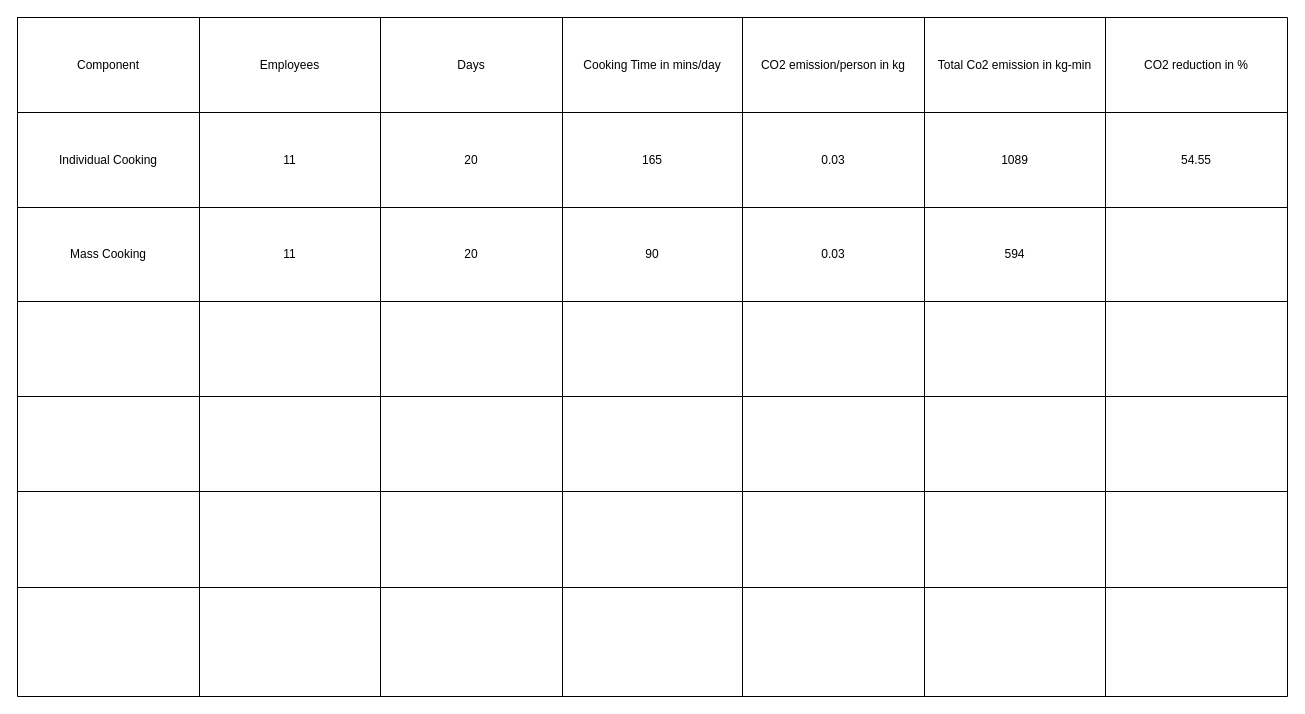
Before: R2O/CFC Table.drawio in Iswariya-LMNAs/Diagrams, a draw.io diagram. Source tidied: cells renumbered, new cells numbered last; positions are measured from the earlier drawing's top-left corner, leaving out a move shared by most shapes. Both pictures are drawn from the tidied source at 100%, with x=0, y=0 at pixel (17, 17).
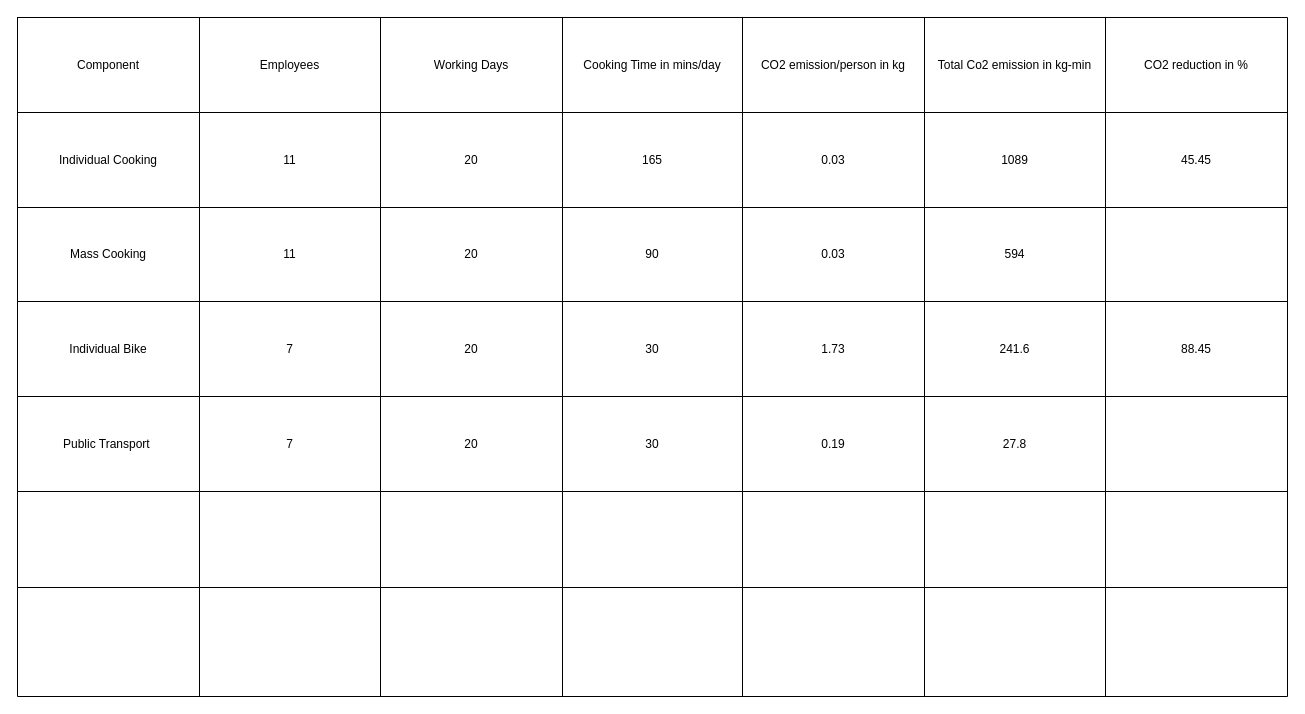
After the change.

The change refers to these unchanged cells:
```xml
<mxCell id="3" style="shape=tableRow;horizontal=0;startSize=0;swimlaneHead=0;swimlaneBody=0;strokeColor=inherit;top=0;left=0;bottom=0;right=0;fillColor=none;" parent="2" vertex="1">
  <mxGeometry width="1270" height="95" as="geometry" />
</mxCell>
<mxCell id="11" style="shape=tableRow;horizontal=0;startSize=0;swimlaneHead=0;swimlaneBody=0;strokeColor=inherit;top=0;left=0;bottom=0;right=0;fillColor=none;" parent="2" vertex="1">
  <mxGeometry y="95" width="1270" height="95" as="geometry" />
</mxCell>
<mxCell id="27" style="shape=tableRow;horizontal=0;startSize=0;swimlaneHead=0;swimlaneBody=0;strokeColor=inherit;top=0;left=0;bottom=0;right=0;fillColor=none;" parent="2" vertex="1">
  <mxGeometry y="284" width="1270" height="95" as="geometry" />
</mxCell>
<mxCell id="35" style="shape=tableRow;horizontal=0;startSize=0;swimlaneHead=0;swimlaneBody=0;strokeColor=inherit;top=0;left=0;bottom=0;right=0;fillColor=none;" parent="2" vertex="1">
  <mxGeometry y="379" width="1270" height="95" as="geometry" />
</mxCell>
```

What changed in the source:
```diff
@@
-    <mxCell id="6" value="Days" style="shape=partialRectangle;html=1;whiteSpace=wrap;strokeColor=inherit;overflow=hidden;fillColor=none;top=0;left=0;bottom=0;right=0;" parent="3" vertex="1">
+    <mxCell id="6" value="Working Days" style="shape=partialRectangle;html=1;whiteSpace=wrap;strokeColor=inherit;overflow=hidden;fillColor=none;top=0;left=0;bottom=0;right=0;" parent="3" vertex="1">
       <mxGeometry x="363" width="182" height="95" as="geometry" />
     </mxCell>
@@
-    <mxCell id="18" value="54.55" style="shape=partialRectangle;html=1;whiteSpace=wrap;strokeColor=inherit;overflow=hidden;fillColor=none;top=0;left=0;bottom=0;right=0;" parent="11" vertex="1">
+    <mxCell id="18" value="45.45" style="shape=partialRectangle;html=1;whiteSpace=wrap;strokeColor=inherit;overflow=hidden;fillColor=none;top=0;left=0;bottom=0;right=0;" parent="11" vertex="1">
       <mxGeometry x="1088" width="182" height="95" as="geometry" />
     </mxCell>
@@
-    <mxCell id="28" style="shape=partialRectangle;html=1;whiteSpace=wrap;strokeColor=inherit;overflow=hidden;fillColor=none;top=0;left=0;bottom=0;right=0;" parent="27" vertex="1">
+    <mxCell id="28" value="Individual Bike" style="shape=partialRectangle;html=1;whiteSpace=wrap;strokeColor=inherit;overflow=hidden;fillColor=none;top=0;left=0;bottom=0;right=0;" parent="27" vertex="1">
       <mxGeometry width="182" height="95" as="geometry" />
     </mxCell>
-    <mxCell id="29" style="shape=partialRectangle;html=1;whiteSpace=wrap;strokeColor=inherit;overflow=hidden;fillColor=none;top=0;left=0;bottom=0;right=0;" parent="27" vertex="1">
+    <mxCell id="29" value="7" style="shape=partialRectangle;html=1;whiteSpace=wrap;strokeColor=inherit;overflow=hidden;fillColor=none;top=0;left=0;bottom=0;right=0;" parent="27" vertex="1">
       <mxGeometry x="182" width="181" height="95" as="geometry" />
     </mxCell>
-    <mxCell id="30" style="shape=partialRectangle;html=1;whiteSpace=wrap;strokeColor=inherit;overflow=hidden;fillColor=none;top=0;left=0;bottom=0;right=0;" parent="27" vertex="1">
+    <mxCell id="30" value="20" style="shape=partialRectangle;html=1;whiteSpace=wrap;strokeColor=inherit;overflow=hidden;fillColor=none;top=0;left=0;bottom=0;right=0;" parent="27" vertex="1">
       <mxGeometry x="363" width="182" height="95" as="geometry" />
     </mxCell>
-    <mxCell id="31" style="shape=partialRectangle;html=1;whiteSpace=wrap;strokeColor=inherit;overflow=hidden;fillColor=none;top=0;left=0;bottom=0;right=0;" parent="27" vertex="1">
+    <mxCell id="31" value="30" style="shape=partialRectangle;html=1;whiteSpace=wrap;strokeColor=inherit;overflow=hidden;fillColor=none;top=0;left=0;bottom=0;right=0;" parent="27" vertex="1">
       <mxGeometry x="545" width="180" height="95" as="geometry" />
     </mxCell>
-    <mxCell id="32" style="shape=partialRectangle;html=1;whiteSpace=wrap;strokeColor=inherit;overflow=hidden;fillColor=none;top=0;left=0;bottom=0;right=0;" parent="27" vertex="1">
+    <mxCell id="32" value="1.73" style="shape=partialRectangle;html=1;whiteSpace=wrap;strokeColor=inherit;overflow=hidden;fillColor=none;top=0;left=0;bottom=0;right=0;" parent="27" vertex="1">
       <mxGeometry x="725" width="182" height="95" as="geometry" />
     </mxCell>
-    <mxCell id="33" style="shape=partialRectangle;html=1;whiteSpace=wrap;strokeColor=inherit;overflow=hidden;fillColor=none;top=0;left=0;bottom=0;right=0;" parent="27" vertex="1">
+    <mxCell id="33" value="241.6" style="shape=partialRectangle;html=1;whiteSpace=wrap;strokeColor=inherit;overflow=hidden;fillColor=none;top=0;left=0;bottom=0;right=0;" parent="27" vertex="1">
       <mxGeometry x="907" width="181" height="95" as="geometry" />
     </mxCell>
-    <mxCell id="34" style="shape=partialRectangle;html=1;whiteSpace=wrap;strokeColor=inherit;overflow=hidden;fillColor=none;top=0;left=0;bottom=0;right=0;" parent="27" vertex="1">
+    <mxCell id="34" value="88.45" style="shape=partialRectangle;html=1;whiteSpace=wrap;strokeColor=inherit;overflow=hidden;fillColor=none;top=0;left=0;bottom=0;right=0;" parent="27" vertex="1">
       <mxGeometry x="1088" width="182" height="95" as="geometry" />
     </mxCell>
@@
-    <mxCell id="36" style="shape=partialRectangle;html=1;whiteSpace=wrap;strokeColor=inherit;overflow=hidden;fillColor=none;top=0;left=0;bottom=0;right=0;" parent="35" vertex="1">
+    <mxCell id="36" value="Public Transport&amp;nbsp;" style="shape=partialRectangle;html=1;whiteSpace=wrap;strokeColor=inherit;overflow=hidden;fillColor=none;top=0;left=0;bottom=0;right=0;" parent="35" vertex="1">
       <mxGeometry width="182" height="95" as="geometry" />
     </mxCell>
-    <mxCell id="37" style="shape=partialRectangle;html=1;whiteSpace=wrap;strokeColor=inherit;overflow=hidden;fillColor=none;top=0;left=0;bottom=0;right=0;" parent="35" vertex="1">
+    <mxCell id="37" value="7" style="shape=partialRectangle;html=1;whiteSpace=wrap;strokeColor=inherit;overflow=hidden;fillColor=none;top=0;left=0;bottom=0;right=0;" parent="35" vertex="1">
       <mxGeometry x="182" width="181" height="95" as="geometry" />
     </mxCell>
-    <mxCell id="38" style="shape=partialRectangle;html=1;whiteSpace=wrap;strokeColor=inherit;overflow=hidden;fillColor=none;top=0;left=0;bottom=0;right=0;" parent="35" vertex="1">
+    <mxCell id="38" value="20" style="shape=partialRectangle;html=1;whiteSpace=wrap;strokeColor=inherit;overflow=hidden;fillColor=none;top=0;left=0;bottom=0;right=0;" parent="35" vertex="1">
       <mxGeometry x="363" width="182" height="95" as="geometry" />
     </mxCell>
-    <mxCell id="39" style="shape=partialRectangle;html=1;whiteSpace=wrap;strokeColor=inherit;overflow=hidden;fillColor=none;top=0;left=0;bottom=0;right=0;" parent="35" vertex="1">
+    <mxCell id="39" value="30" style="shape=partialRectangle;html=1;whiteSpace=wrap;strokeColor=inherit;overflow=hidden;fillColor=none;top=0;left=0;bottom=0;right=0;" parent="35" vertex="1">
       <mxGeometry x="545" width="180" height="95" as="geometry" />
     </mxCell>
-    <mxCell id="40" style="shape=partialRectangle;html=1;whiteSpace=wrap;strokeColor=inherit;overflow=hidden;fillColor=none;top=0;left=0;bottom=0;right=0;" parent="35" vertex="1">
+    <mxCell id="40" value="0.19" style="shape=partialRectangle;html=1;whiteSpace=wrap;strokeColor=inherit;overflow=hidden;fillColor=none;top=0;left=0;bottom=0;right=0;" parent="35" vertex="1">
       <mxGeometry x="725" width="182" height="95" as="geometry" />
     </mxCell>
-    <mxCell id="41" style="shape=partialRectangle;html=1;whiteSpace=wrap;strokeColor=inherit;overflow=hidden;fillColor=none;top=0;left=0;bottom=0;right=0;" parent="35" vertex="1">
+    <mxCell id="41" value="27.8" style="shape=partialRectangle;html=1;whiteSpace=wrap;strokeColor=inherit;overflow=hidden;fillColor=none;top=0;left=0;bottom=0;right=0;" parent="35" vertex="1">
       <mxGeometry x="907" width="181" height="95" as="geometry" />
     </mxCell>
```
